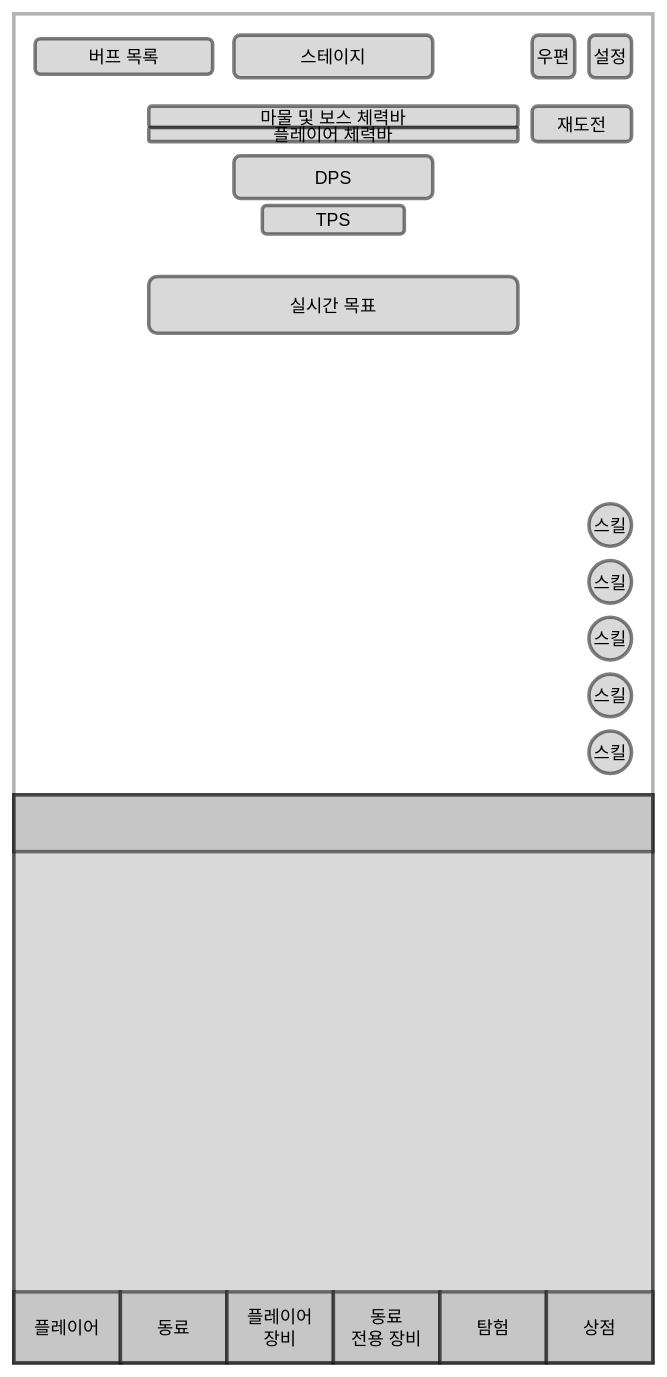
jinhosung96/Lavyrinth-Expedition keeps this draw.io diagram as Docs/미궁 원정대 - 방치형 RPG.drawio. Above is the earlier version. Source tidied: cells renumbered, new cells numbered last; positions are measured from the earlier drawing's top-left corner, leaving out a move shared by most shapes. Both pictures are drawn from the tidied source at 71%, with x=0, y=0 at pixel (13, 13).
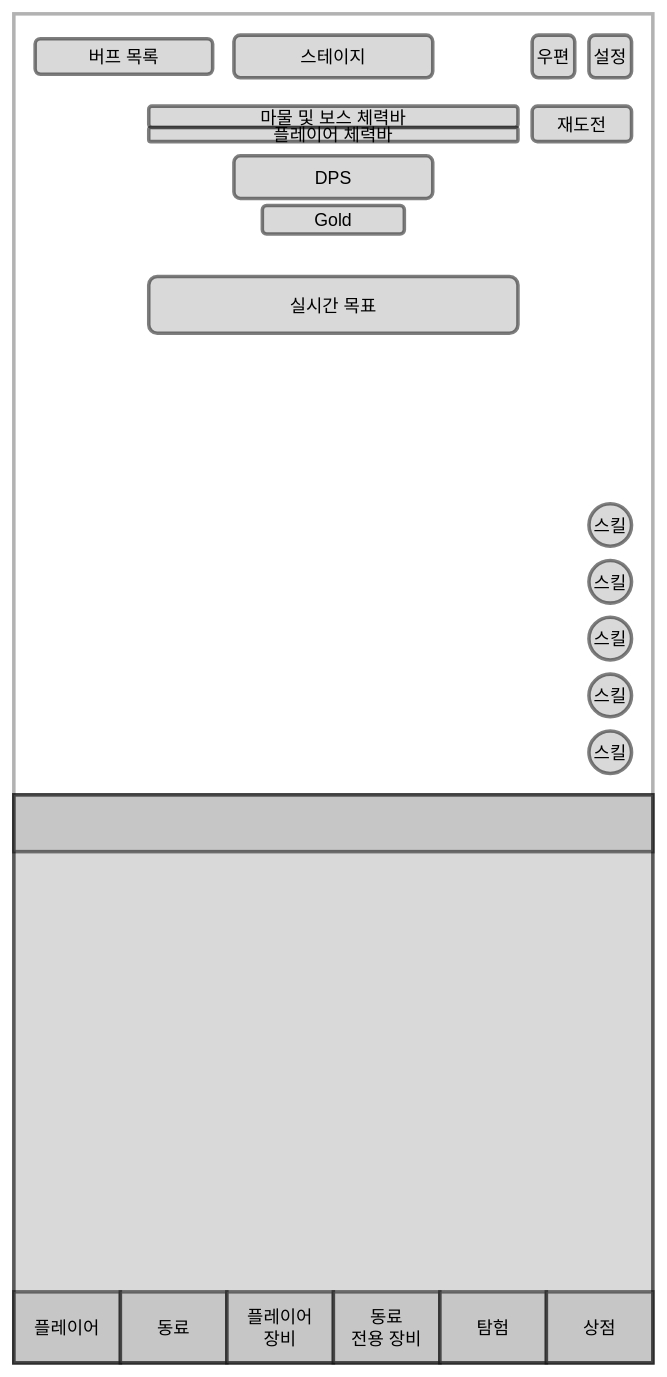
The same diagram, later.

Diff of the diagram source:
```diff
@@
-    <mxCell id="9" value="TPS" style="rounded=1;whiteSpace=wrap;html=1;strokeWidth=5;fillColor=#B3B3B3;opacity=50;fontSize=25;" parent="1" vertex="1">
+    <mxCell id="9" value="Gold" style="rounded=1;whiteSpace=wrap;html=1;strokeWidth=5;fillColor=#B3B3B3;opacity=50;fontSize=25;" parent="1" vertex="1">
       <mxGeometry x="350" y="270" width="200" height="40" as="geometry" />
     </mxCell>
```
